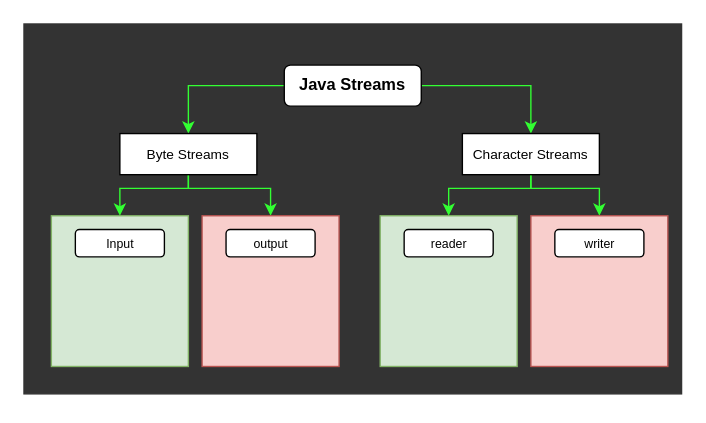
Before: JavaStreams.drawio in PavanKoppana/blueprints, a draw.io diagram. Source tidied: cells renumbered, new cells numbered last; positions are measured from the earlier drawing's top-left corner, leaving out a move shared by most shapes. Both pictures are drawn from the tidied source at 137%, with x=0, y=0 at pixel (23, 23).
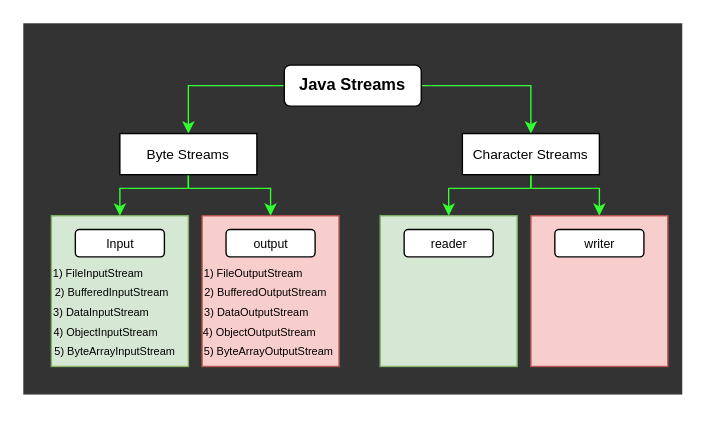
The same diagram, later.

Change to the diagram source:
```diff
@@
-    <mxCell id="12" style="rounded=0;whiteSpace=wrap;html=1;fillColor=#d5e8d4;strokeColor=#82b366;" parent="1" vertex="1">
+    <mxCell id="12" value="&lt;font style=&quot;font-size: 8px;&quot;&gt;&lt;br&gt;&lt;br&gt;&lt;br&gt;&lt;br&gt;1) FileInputStream&amp;nbsp; &amp;nbsp; &amp;nbsp; &amp;nbsp; &amp;nbsp; &amp;nbsp; &amp;nbsp;&amp;nbsp;&lt;br&gt;2) BufferedInputStream&amp;nbsp; &amp;nbsp; &amp;nbsp;&lt;/font&gt;&lt;div&gt;&lt;font style=&quot;font-size: 8px;&quot;&gt;3) DataInputStream&amp;nbsp; &amp;nbsp; &amp;nbsp; &amp;nbsp; &amp;nbsp; &amp;nbsp;&amp;nbsp;&lt;br&gt;4) ObjectInputStream&amp;nbsp; &amp;nbsp; &amp;nbsp; &amp;nbsp; &amp;nbsp;&lt;br&gt;5) ByteArrayInputStream&amp;nbsp; &amp;nbsp; &amp;nbsp; &amp;nbsp; &amp;nbsp;&amp;nbsp;&lt;br&gt;&lt;br&gt;&lt;/font&gt;&lt;/div&gt;" style="rounded=0;whiteSpace=wrap;html=1;fillColor=#d5e8d4;strokeColor=#82b366;" parent="1" vertex="1">
       <mxGeometry x="20" y="140" width="100" height="110" as="geometry" />
     </mxCell>
-    <mxCell id="13" style="rounded=0;whiteSpace=wrap;html=1;fillColor=#f8cecc;strokeColor=#b85450;" parent="1" vertex="1">
+    <mxCell id="13" value="&lt;font style=&quot;font-size: 8px;&quot;&gt;&lt;br&gt;&lt;br&gt;&lt;br&gt;1) FileOutputStream&amp;nbsp; &amp;nbsp; &amp;nbsp; &amp;nbsp; &amp;nbsp; &amp;nbsp;&lt;br&gt;2) BufferedOutputStream&amp;nbsp; &amp;nbsp;&lt;/font&gt;&lt;div&gt;&lt;font style=&quot;font-size: 8px;&quot;&gt;3) DataOutputStream&amp;nbsp; &amp;nbsp; &amp;nbsp; &amp;nbsp; &amp;nbsp;&lt;br&gt;4) ObjectOutputStream&amp;nbsp; &amp;nbsp; &amp;nbsp; &amp;nbsp;&lt;br&gt;5) ByteArrayOutputStream&amp;nbsp; &amp;nbsp;&amp;nbsp;&lt;/font&gt;&lt;/div&gt;" style="rounded=0;whiteSpace=wrap;html=1;fillColor=#f8cecc;strokeColor=#b85450;" parent="1" vertex="1">
       <mxGeometry x="130" y="140" width="100" height="110" as="geometry" />
     </mxCell>
```
